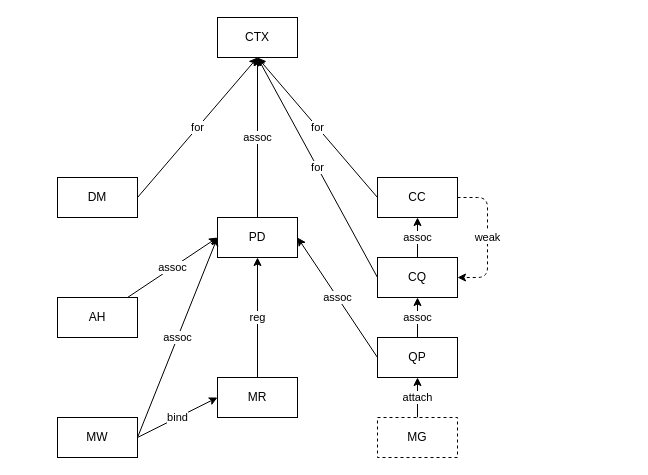
Before: docs/ref.drawio in Nugine/rdma, a draw.io diagram. Source tidied: cells renumbered, new cells numbered last; positions are measured from the earlier drawing's top-left corner, leaving out a move shared by most shapes. Both pictures are drawn from the tidied source at 100%, with x=0, y=0 at pixel (57, 17).
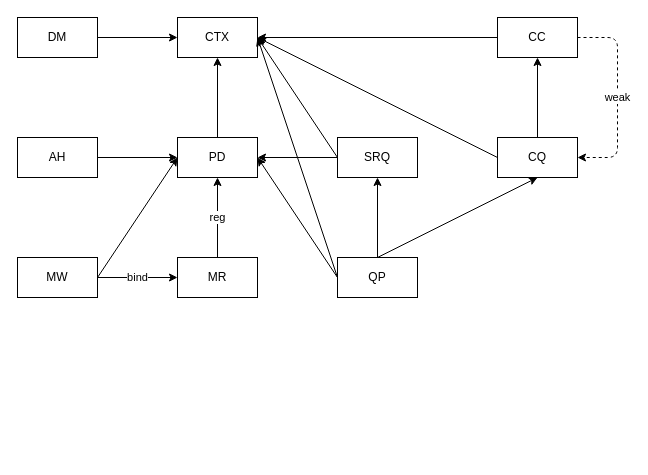
Above is the later version.

Diff of the diagram source:
```diff
@@
     <mxCell id="2" value="CTX" style="rounded=0;whiteSpace=wrap;html=1;" parent="1" vertex="1">
-      <mxGeometry x="160" width="80" height="40" as="geometry" />
+      <mxGeometry x="120" width="80" height="40" as="geometry" />
     </mxCell>
-    <mxCell id="3" value="assoc" style="edgeStyle=none;html=1;entryX=0.5;entryY=1;entryDx=0;entryDy=0;" parent="1" edge="1" source="4" target="2">
+    <mxCell id="3" style="edgeStyle=orthogonalEdgeStyle;html=1;entryX=0.5;entryY=1;entryDx=0;entryDy=0;elbow=vertical;" parent="1" edge="1" source="4" target="2">
       <mxGeometry relative="1" as="geometry" />
     </mxCell>
     <mxCell id="4" value="PD" style="rounded=0;whiteSpace=wrap;html=1;" parent="1" vertex="1">
-      <mxGeometry x="160" y="200" width="80" height="40" as="geometry" />
+      <mxGeometry x="120" y="120" width="80" height="40" as="geometry" />
     </mxCell>
-    <mxCell id="5" value="reg" style="edgeStyle=none;html=1;exitX=0.5;exitY=0;exitDx=0;exitDy=0;entryX=0.5;entryY=1;entryDx=0;entryDy=0;" parent="1" edge="1" source="6" target="4">
+    <mxCell id="5" value="reg" style="edgeStyle=orthogonalEdgeStyle;html=1;elbow=vertical;" parent="1" edge="1" source="6" target="4">
       <mxGeometry relative="1" as="geometry" />
     </mxCell>
     <mxCell id="6" value="MR" style="rounded=0;whiteSpace=wrap;html=1;" parent="1" vertex="1">
-      <mxGeometry x="160" y="360" width="80" height="40" as="geometry" />
+      <mxGeometry x="120" y="240" width="80" height="40" as="geometry" />
     </mxCell>
-    <mxCell id="7" value="bind" style="edgeStyle=none;html=1;entryX=0;entryY=0.5;entryDx=0;entryDy=0;exitX=1;exitY=0.5;exitDx=0;exitDy=0;" parent="1" edge="1" source="9" target="6">
+    <mxCell id="7" value="bind" style="edgeStyle=orthogonalEdgeStyle;html=1;entryX=0;entryY=0.5;entryDx=0;entryDy=0;elbow=vertical;" parent="1" edge="1" source="9" target="6">
       <mxGeometry relative="1" as="geometry" />
     </mxCell>
-    <mxCell id="8" value="assoc" style="edgeStyle=none;html=1;entryX=0;entryY=0.5;entryDx=0;entryDy=0;" parent="1" edge="1" target="4">
-      <mxGeometry relative="1" as="geometry">
-        <mxPoint x="80" y="420" as="sourcePoint" />
-      </mxGeometry>
-    </mxCell>
+    <mxCell id="25" style="html=1;entryX=0;entryY=0.5;entryDx=0;entryDy=0;elbow=vertical;exitX=1;exitY=0.5;exitDx=0;exitDy=0;" parent="1" edge="1" source="9" target="4">
+      <mxGeometry relative="1" as="geometry" />
+    </mxCell>
     <mxCell id="9" value="MW" style="rounded=0;whiteSpace=wrap;html=1;" parent="1" vertex="1">
-      <mxGeometry y="400" width="80" height="40" as="geometry" />
+      <mxGeometry x="-40" y="240" width="80" height="40" as="geometry" />
     </mxCell>
+    <mxCell id="23" style="edgeStyle=orthogonalEdgeStyle;html=1;elbow=vertical;" parent="1" edge="1" source="24" target="4">
+      <mxGeometry relative="1" as="geometry" />
+    </mxCell>
+    <mxCell id="24" value="AH" style="rounded=0;whiteSpace=wrap;html=1;" parent="1" vertex="1">
+      <mxGeometry x="-40" y="120" width="80" height="40" as="geometry" />
+    </mxCell>
+    <mxCell id="21" style="edgeStyle=orthogonalEdgeStyle;html=1;entryX=0;entryY=0.5;entryDx=0;entryDy=0;elbow=vertical;" parent="1" edge="1" source="22" target="2">
+      <mxGeometry relative="1" as="geometry" />
+    </mxCell>
+    <mxCell id="22" value="DM" style="rounded=0;whiteSpace=wrap;html=1;" parent="1" vertex="1">
+      <mxGeometry x="-40" width="80" height="40" as="geometry" />
+    </mxCell>
+    <mxCell id="13" style="edgeStyle=none;html=1;elbow=vertical;" parent="1" edge="1" source="15" target="2">
+      <mxGeometry relative="1" as="geometry" />
+    </mxCell>
+    <mxCell id="14" value="weak" style="edgeStyle=orthogonalEdgeStyle;html=1;entryX=1;entryY=0.5;entryDx=0;entryDy=0;elbow=vertical;exitX=1;exitY=0.5;exitDx=0;exitDy=0;dashed=1;" parent="1" edge="1" source="15" target="12">
+      <mxGeometry relative="1" as="geometry">
+        <Array as="points">
+          <mxPoint x="560" y="20" />
+          <mxPoint x="560" y="140" />
+        </Array>
+      </mxGeometry>
+    </mxCell>
+    <mxCell id="15" value="CC" style="rounded=0;whiteSpace=wrap;html=1;" parent="1" vertex="1">
+      <mxGeometry x="440" width="80" height="40" as="geometry" />
+    </mxCell>
-    <mxCell id="10" value="for" style="edgeStyle=none;html=1;entryX=0.5;entryY=1;entryDx=0;entryDy=0;exitX=0;exitY=0.5;exitDx=0;exitDy=0;" parent="1" edge="1" source="12" target="2">
+    <mxCell id="10" style="edgeStyle=none;html=1;exitX=0;exitY=0.5;exitDx=0;exitDy=0;entryX=1;entryY=0.5;entryDx=0;entryDy=0;elbow=vertical;" parent="1" edge="1" source="12" target="2">
       <mxGeometry relative="1" as="geometry" />
     </mxCell>
-    <mxCell id="11" value="assoc" style="edgeStyle=none;html=1;entryX=0.5;entryY=1;entryDx=0;entryDy=0;" parent="1" edge="1" source="12" target="15">
+    <mxCell id="11" style="edgeStyle=none;html=1;entryX=0.5;entryY=1;entryDx=0;entryDy=0;elbow=vertical;" parent="1" edge="1" source="12" target="15">
       <mxGeometry relative="1" as="geometry" />
     </mxCell>
     <mxCell id="12" value="CQ" style="rounded=0;whiteSpace=wrap;html=1;" parent="1" vertex="1">
-      <mxGeometry x="320" y="240" width="80" height="40" as="geometry" />
+      <mxGeometry x="440" y="120" width="80" height="40" as="geometry" />
     </mxCell>
-    <mxCell id="13" value="for" style="edgeStyle=none;html=1;entryX=0.5;entryY=1;entryDx=0;entryDy=0;exitX=0;exitY=0.5;exitDx=0;exitDy=0;" parent="1" edge="1" source="15" target="2">
-      <mxGeometry relative="1" as="geometry" />
-    </mxCell>
-    <mxCell id="14" value="weak" style="edgeStyle=entityRelationEdgeStyle;html=1;exitX=1;exitY=0.5;exitDx=0;exitDy=0;entryX=1;entryY=0.5;entryDx=0;entryDy=0;dashed=1;" parent="1" edge="1" source="15" target="12">
-      <mxGeometry relative="1" as="geometry" />
-    </mxCell>
-    <mxCell id="15" value="CC" style="rounded=0;whiteSpace=wrap;html=1;" parent="1" vertex="1">
-      <mxGeometry x="320" y="160" width="80" height="40" as="geometry" />
-    </mxCell>
+    <mxCell id="26" style="edgeStyle=none;html=1;elbow=vertical;" parent="1" edge="1" source="18" target="30">
+      <mxGeometry relative="1" as="geometry" />
+    </mxCell>
+    <mxCell id="27" style="edgeStyle=none;html=1;exitX=0;exitY=0.5;exitDx=0;exitDy=0;entryX=1;entryY=0.5;entryDx=0;entryDy=0;elbow=vertical;" parent="1" edge="1" source="18" target="2">
+      <mxGeometry relative="1" as="geometry" />
+    </mxCell>
-    <mxCell id="16" value="assoc" style="edgeStyle=none;html=1;entryX=1;entryY=0.5;entryDx=0;entryDy=0;exitX=0;exitY=0.5;exitDx=0;exitDy=0;" parent="1" edge="1" source="18" target="4">
+    <mxCell id="16" style="edgeStyle=none;html=1;exitX=0;exitY=0.5;exitDx=0;exitDy=0;entryX=1;entryY=0.5;entryDx=0;entryDy=0;elbow=vertical;" parent="1" edge="1" source="18" target="4">
       <mxGeometry relative="1" as="geometry" />
     </mxCell>
-    <mxCell id="17" value="assoc" style="edgeStyle=none;html=1;entryX=0.5;entryY=1;entryDx=0;entryDy=0;" parent="1" edge="1" source="18" target="12">
+    <mxCell id="17" style="edgeStyle=none;html=1;exitX=0.5;exitY=0;exitDx=0;exitDy=0;entryX=0.5;entryY=1;entryDx=0;entryDy=0;elbow=vertical;" parent="1" edge="1" source="18" target="12">
       <mxGeometry relative="1" as="geometry" />
     </mxCell>
     <mxCell id="18" value="QP" style="rounded=0;whiteSpace=wrap;html=1;" parent="1" vertex="1">
-      <mxGeometry x="320" y="320" width="80" height="40" as="geometry" />
+      <mxGeometry x="280" y="240" width="80" height="40" as="geometry" />
     </mxCell>
-    <mxCell id="19" value="attach" style="edgeStyle=none;html=1;" parent="1" edge="1" source="20" target="18">
-      <mxGeometry relative="1" as="geometry" />
-    </mxCell>
-    <mxCell id="20" value="MG" style="rounded=0;whiteSpace=wrap;html=1;dashed=1;" parent="1" vertex="1">
-      <mxGeometry x="320" y="400" width="80" height="40" as="geometry" />
-    </mxCell>
-    <mxCell id="21" value="for" style="edgeStyle=none;html=1;entryX=0.5;entryY=1;entryDx=0;entryDy=0;exitX=1;exitY=0.5;exitDx=0;exitDy=0;" parent="1" edge="1" source="22" target="2">
-      <mxGeometry relative="1" as="geometry" />
-    </mxCell>
-    <mxCell id="22" value="DM" style="rounded=0;whiteSpace=wrap;html=1;" parent="1" vertex="1">
-      <mxGeometry y="160" width="80" height="40" as="geometry" />
-    </mxCell>
-    <mxCell id="23" value="assoc" style="edgeStyle=none;html=1;entryX=0;entryY=0.5;entryDx=0;entryDy=0;" parent="1" edge="1" source="24" target="4">
-      <mxGeometry relative="1" as="geometry" />
-    </mxCell>
-    <mxCell id="24" value="AH" style="rounded=0;whiteSpace=wrap;html=1;" parent="1" vertex="1">
-      <mxGeometry y="280" width="80" height="40" as="geometry" />
-    </mxCell>
+    <mxCell id="28" style="edgeStyle=none;html=1;entryX=1;entryY=0.5;entryDx=0;entryDy=0;elbow=vertical;" parent="1" edge="1" source="30" target="4">
+      <mxGeometry relative="1" as="geometry" />
+    </mxCell>
+    <mxCell id="29" style="edgeStyle=none;html=1;exitX=0;exitY=0.5;exitDx=0;exitDy=0;entryX=1;entryY=0.5;entryDx=0;entryDy=0;elbow=vertical;" parent="1" edge="1" source="30" target="2">
+      <mxGeometry relative="1" as="geometry" />
+    </mxCell>
+    <mxCell id="30" value="SRQ" style="rounded=0;whiteSpace=wrap;html=1;" parent="1" vertex="1">
+      <mxGeometry x="280" y="120" width="80" height="40" as="geometry" />
+    </mxCell>
```
